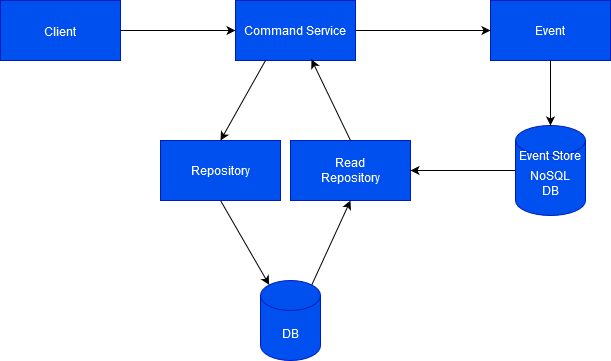
Earlier version of the draw.io export Diagram-Design.png (mustafas18/TeachingPlatform). Source tidied: cells renumbered, new cells last; positions are measured from the earlier drawing's top-left corner, leaving out a move shared by most shapes.
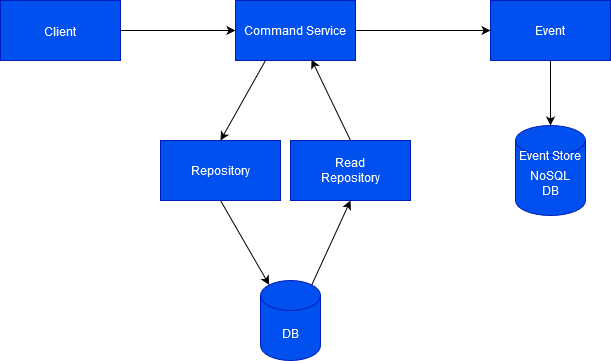
After the change.

Diff of the diagram source:
```diff
@@ -47,8 +47,5 @@
     <mxCell id="16" value="&lt;font color=&quot;#FFFFFF&quot;&gt;Event Store&lt;/font&gt;" style="text;html=1;strokeColor=none;fillColor=none;align=center;verticalAlign=middle;whiteSpace=wrap;rounded=0;" parent="1" vertex="1">
       <mxGeometry x="515" y="140" width="70" height="30" as="geometry" />
     </mxCell>
-    <mxCell id="17" style="endArrow=classic;html=1;rounded=0;exitX=0;exitY=0.5;exitDx=0;exitDy=0;exitPerimeter=0;entryX=1;entryY=0.5;entryDx=0;entryDy=0;" parent="1" edge="1" source="14" target="4">
-      <mxGeometry relative="1" as="geometry" />
-    </mxCell>
   </root>
 </mxGraphModel>
```
